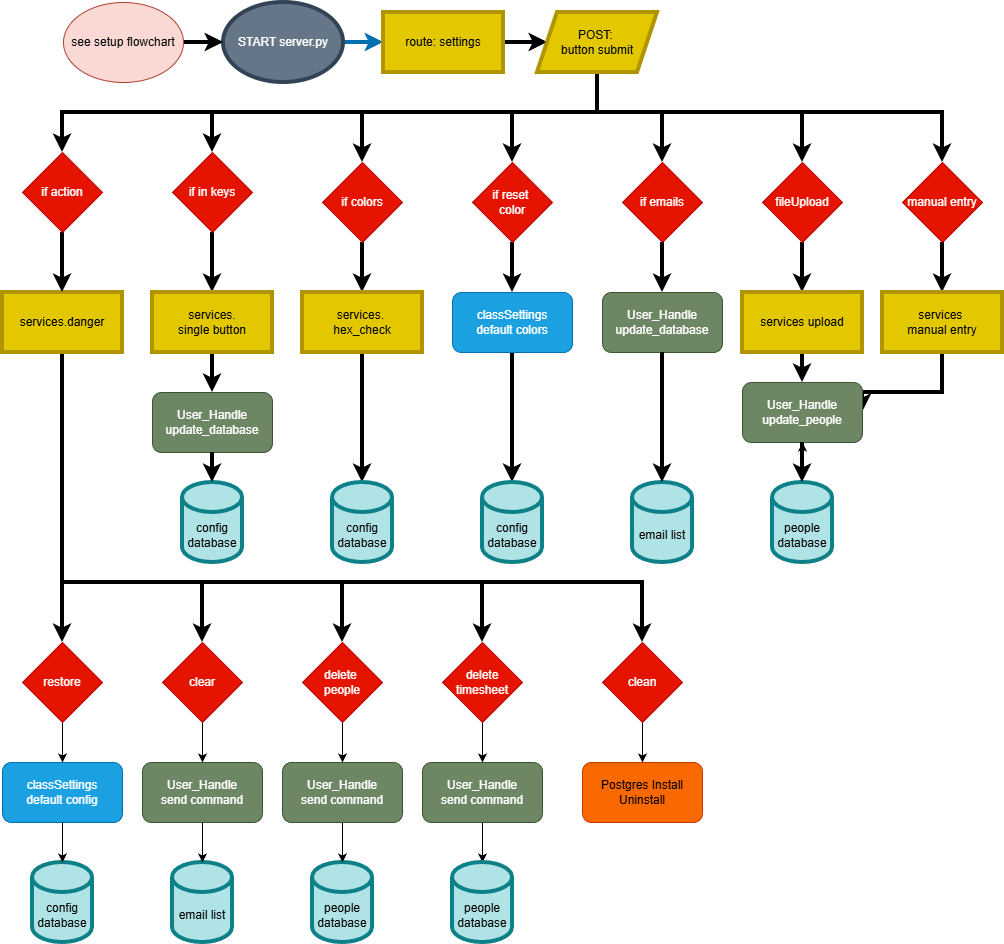
Before: planning/server_flowchart.drawio.png, a diagram exported from draw.io (whitedragonstudios/Scanner). Source tidied: cells renumbered, new cells last; positions are measured from the earlier drawing's top-left corner, leaving out a move shared by most shapes.
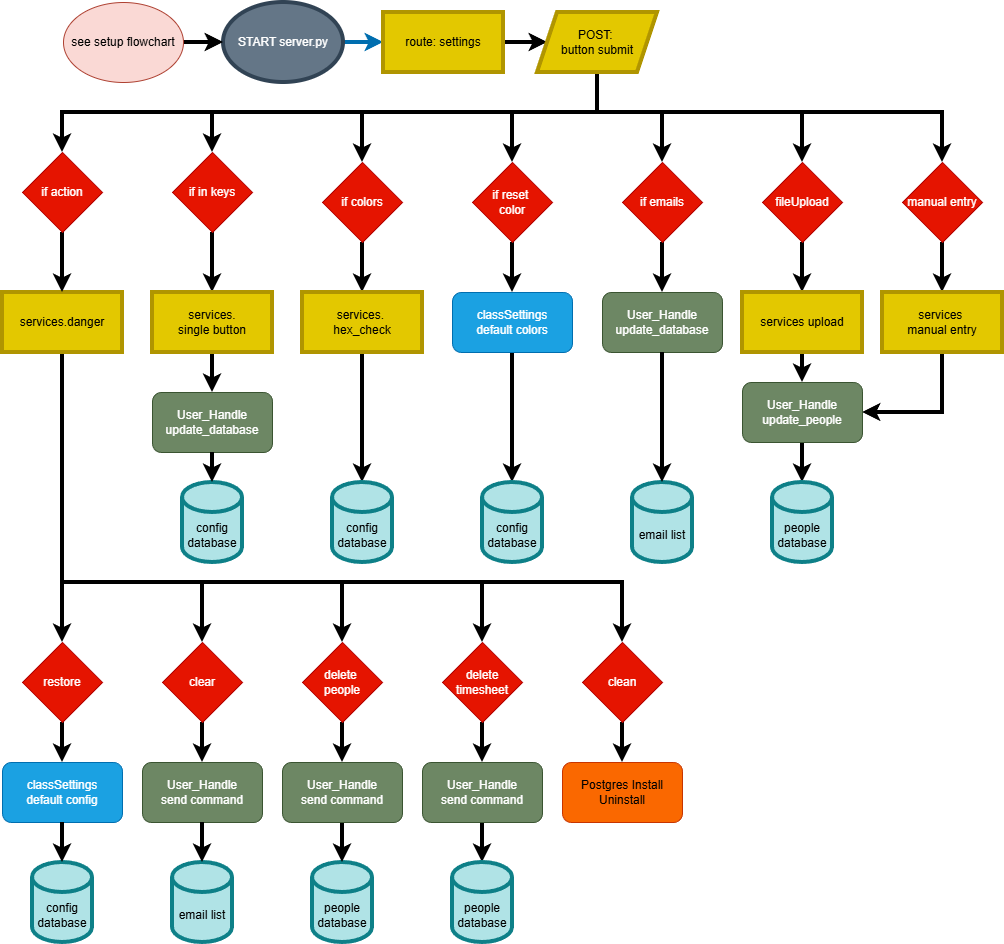
The same diagram one commit later.

Change to the diagram source:
```diff
@@ -106,11 +106,11 @@
         </Array>
       </mxGeometry>
     </mxCell>
-    <mxCell id="20" style="edgeStyle=orthogonalEdgeStyle;rounded=0;jettySize=auto;html=1;strokeWidth=4;" parent="1" edge="1" source="22" target="68">
+    <mxCell id="20" style="edgeStyle=orthogonalEdgeStyle;rounded=0;jettySize=auto;html=1;strokeWidth=4;entryX=0.5;entryY=0;entryDx=0;entryDy=0;" parent="1" edge="1" source="22" target="68">
       <mxGeometry relative="1" as="geometry">
         <Array as="points">
           <mxPoint x="60" y="580" />
-          <mxPoint x="640" y="580" />
+          <mxPoint x="620" y="580" />
         </Array>
       </mxGeometry>
     </mxCell>
@@ -203,7 +203,7 @@
     <mxCell id="48" style="edgeStyle=orthogonalEdgeStyle;rounded=0;jettySize=auto;html=1;entryX=1;entryY=0.5;entryDx=0;entryDy=0;strokeWidth=4;" parent="1" edge="1" source="49" target="53">
       <mxGeometry relative="1" as="geometry">
         <Array as="points">
-          <mxPoint x="940" y="390" />
+          <mxPoint x="940" y="410" />
         </Array>
       </mxGeometry>
     </mxCell>
@@ -219,55 +219,50 @@
     <mxCell id="52" style="edgeStyle=orthogonalEdgeStyle;rounded=0;jettySize=auto;html=1;entryX=0.5;entryY=0;entryDx=0;entryDy=0;entryPerimeter=0;strokeWidth=4;" parent="1" edge="1" source="50" target="51">
       <mxGeometry relative="1" as="geometry" />
     </mxCell>
+    <mxCell id="82" style="edgeStyle=orthogonalEdgeStyle;rounded=0;jettySize=auto;html=1;entryX=0.5;entryY=0;entryDx=0;entryDy=0;entryPerimeter=0;strokeWidth=4;" parent="1" edge="1" source="53" target="55">
+      <mxGeometry relative="1" as="geometry" />
+    </mxCell>
     <mxCell id="53" value="User_Handle&lt;div&gt;update_people&lt;/div&gt;" style="rounded=1;whiteSpace=wrap;html=1;fillColor=#6d8764;fontColor=#ffffff;strokeColor=#3A5431;" parent="1" vertex="1">
       <mxGeometry x="740" y="380" width="120" height="60" as="geometry" />
     </mxCell>
-    <mxCell id="54" style="edgeStyle=orthogonalEdgeStyle;rounded=0;jettySize=auto;html=1;" parent="1" edge="1" source="55" target="53">
-      <mxGeometry relative="1" as="geometry" />
-    </mxCell>
     <mxCell id="55" value="people database" style="shape=cylinder3;whiteSpace=wrap;html=1;boundedLbl=1;backgroundOutline=1;size=15;strokeWidth=4;fillColor=#b0e3e6;strokeColor=#0e8088;" parent="1" vertex="1">
       <mxGeometry x="770" y="480" width="60" height="80" as="geometry" />
     </mxCell>
-    <mxCell id="56" style="edgeStyle=orthogonalEdgeStyle;rounded=0;jettySize=auto;html=1;strokeWidth=4;" parent="1" edge="1" source="53">
-      <mxGeometry relative="1" as="geometry">
-        <mxPoint x="800" y="480" as="targetPoint" />
-      </mxGeometry>
-    </mxCell>
     <mxCell id="57" value="config database" style="shape=cylinder3;whiteSpace=wrap;html=1;boundedLbl=1;backgroundOutline=1;size=15;strokeWidth=4;fillColor=#b0e3e6;strokeColor=#0e8088;" parent="1" vertex="1">
       <mxGeometry x="480" y="480" width="60" height="80" as="geometry" />
     </mxCell>
     <mxCell id="58" value="config database" style="shape=cylinder3;whiteSpace=wrap;html=1;boundedLbl=1;backgroundOutline=1;size=15;strokeWidth=4;fillColor=#b0e3e6;strokeColor=#0e8088;" parent="1" vertex="1">
       <mxGeometry x="330" y="480" width="60" height="80" as="geometry" />
     </mxCell>
-    <mxCell id="59" style="edgeStyle=orthogonalEdgeStyle;rounded=0;jettySize=auto;html=1;entryX=0.5;entryY=0;entryDx=0;entryDy=0;" parent="1" edge="1" source="60" target="69">
+    <mxCell id="59" style="edgeStyle=orthogonalEdgeStyle;rounded=0;jettySize=auto;html=1;entryX=0.5;entryY=0;entryDx=0;entryDy=0;strokeWidth=4;" parent="1" edge="1" source="60" target="69">
       <mxGeometry relative="1" as="geometry" />
     </mxCell>
     <mxCell id="60" value="restore" style="rhombus;whiteSpace=wrap;html=1;fillColor=#e51400;fontColor=#ffffff;strokeColor=#B20000;" parent="1" vertex="1">
       <mxGeometry x="20" y="640" width="80" height="80" as="geometry" />
     </mxCell>
-    <mxCell id="61" style="edgeStyle=orthogonalEdgeStyle;rounded=0;jettySize=auto;html=1;exitX=0.5;exitY=1;exitDx=0;exitDy=0;entryX=0.5;entryY=0;entryDx=0;entryDy=0;" parent="1" edge="1" source="62" target="72">
+    <mxCell id="61" style="edgeStyle=orthogonalEdgeStyle;rounded=0;jettySize=auto;html=1;exitX=0.5;exitY=1;exitDx=0;exitDy=0;entryX=0.5;entryY=0;entryDx=0;entryDy=0;strokeWidth=4;" parent="1" edge="1" source="62" target="72">
       <mxGeometry relative="1" as="geometry" />
     </mxCell>
     <mxCell id="62" value="clear" style="rhombus;whiteSpace=wrap;html=1;fillColor=#e51400;fontColor=#ffffff;strokeColor=#B20000;" parent="1" vertex="1">
       <mxGeometry x="160" y="640" width="80" height="80" as="geometry" />
     </mxCell>
-    <mxCell id="63" style="edgeStyle=orthogonalEdgeStyle;rounded=0;jettySize=auto;html=1;" parent="1" edge="1" source="64" target="77">
+    <mxCell id="63" style="edgeStyle=orthogonalEdgeStyle;rounded=0;jettySize=auto;html=1;strokeWidth=4;" parent="1" edge="1" source="64" target="77">
       <mxGeometry relative="1" as="geometry" />
     </mxCell>
     <mxCell id="64" value="delete&amp;nbsp;&lt;div&gt;people&lt;/div&gt;" style="rhombus;whiteSpace=wrap;html=1;fillColor=#e51400;fontColor=#ffffff;strokeColor=#B20000;" parent="1" vertex="1">
       <mxGeometry x="300" y="640" width="80" height="80" as="geometry" />
     </mxCell>
-    <mxCell id="65" style="edgeStyle=orthogonalEdgeStyle;rounded=0;jettySize=auto;html=1;" parent="1" edge="1" source="66" target="79">
+    <mxCell id="65" style="edgeStyle=orthogonalEdgeStyle;rounded=0;jettySize=auto;html=1;strokeWidth=4;" parent="1" edge="1" source="66" target="79">
       <mxGeometry relative="1" as="geometry" />
     </mxCell>
     <mxCell id="66" value="delete timesheet" style="rhombus;whiteSpace=wrap;html=1;fillColor=#e51400;fontColor=#ffffff;strokeColor=#B20000;" parent="1" vertex="1">
       <mxGeometry x="440" y="640" width="80" height="80" as="geometry" />
     </mxCell>
-    <mxCell id="67" style="edgeStyle=orthogonalEdgeStyle;rounded=0;jettySize=auto;html=1;" parent="1" edge="1" source="68" target="81">
+    <mxCell id="67" style="edgeStyle=orthogonalEdgeStyle;rounded=0;jettySize=auto;html=1;strokeWidth=4;" parent="1" edge="1" source="68" target="81">
       <mxGeometry relative="1" as="geometry" />
     </mxCell>
     <mxCell id="68" value="clean" style="rhombus;whiteSpace=wrap;html=1;fillColor=#e51400;fontColor=#ffffff;strokeColor=#B20000;" parent="1" vertex="1">
-      <mxGeometry x="600" y="640" width="80" height="80" as="geometry" />
+      <mxGeometry x="580" y="640" width="80" height="80" as="geometry" />
     </mxCell>
     <mxCell id="69" value="classSettings&lt;div&gt;default config&lt;/div&gt;" style="rounded=1;whiteSpace=wrap;html=1;fillColor=#1ba1e2;fontColor=#ffffff;strokeColor=#006EAF;" parent="1" vertex="1">
       <mxGeometry y="760" width="120" height="60" as="geometry" />
@@ -275,7 +270,7 @@
     <mxCell id="70" value="config database" style="shape=cylinder3;whiteSpace=wrap;html=1;boundedLbl=1;backgroundOutline=1;size=15;strokeWidth=4;fillColor=#b0e3e6;strokeColor=#0e8088;" parent="1" vertex="1">
       <mxGeometry x="30" y="860" width="60" height="80" as="geometry" />
     </mxCell>
-    <mxCell id="71" style="edgeStyle=orthogonalEdgeStyle;rounded=0;jettySize=auto;html=1;entryX=0.5;entryY=0;entryDx=0;entryDy=0;entryPerimeter=0;" parent="1" edge="1" source="69" target="70">
+    <mxCell id="71" style="edgeStyle=orthogonalEdgeStyle;rounded=0;jettySize=auto;html=1;entryX=0.5;entryY=0;entryDx=0;entryDy=0;entryPerimeter=0;strokeWidth=4;" parent="1" edge="1" source="69" target="70">
       <mxGeometry relative="1" as="geometry" />
     </mxCell>
     <mxCell id="72" value="User_Handle&lt;div&gt;send command&lt;/div&gt;" style="rounded=1;whiteSpace=wrap;html=1;fillColor=#6d8764;fontColor=#ffffff;strokeColor=#3A5431;" parent="1" vertex="1">
@@ -284,19 +279,19 @@
     <mxCell id="73" value="email list" style="shape=cylinder3;whiteSpace=wrap;html=1;boundedLbl=1;backgroundOutline=1;size=15;strokeWidth=4;fillColor=#b0e3e6;strokeColor=#0e8088;" parent="1" vertex="1">
       <mxGeometry x="170" y="860" width="60" height="80" as="geometry" />
     </mxCell>
-    <mxCell id="74" style="edgeStyle=orthogonalEdgeStyle;rounded=0;jettySize=auto;html=1;entryX=0.5;entryY=0;entryDx=0;entryDy=0;entryPerimeter=0;" parent="1" edge="1" source="72" target="73">
+    <mxCell id="74" style="edgeStyle=orthogonalEdgeStyle;rounded=0;jettySize=auto;html=1;entryX=0.5;entryY=0;entryDx=0;entryDy=0;entryPerimeter=0;strokeWidth=4;" parent="1" edge="1" source="72" target="73">
       <mxGeometry relative="1" as="geometry" />
     </mxCell>
     <mxCell id="75" value="people database" style="shape=cylinder3;whiteSpace=wrap;html=1;boundedLbl=1;backgroundOutline=1;size=15;strokeWidth=4;fillColor=#b0e3e6;strokeColor=#0e8088;" parent="1" vertex="1">
       <mxGeometry x="310" y="860" width="60" height="80" as="geometry" />
     </mxCell>
-    <mxCell id="76" style="edgeStyle=orthogonalEdgeStyle;rounded=0;jettySize=auto;html=1;" parent="1" edge="1" source="77" target="75">
+    <mxCell id="76" style="edgeStyle=orthogonalEdgeStyle;rounded=0;jettySize=auto;html=1;strokeWidth=4;" parent="1" edge="1" source="77" target="75">
       <mxGeometry relative="1" as="geometry" />
     </mxCell>
     <mxCell id="77" value="User_Handle&lt;div&gt;send command&lt;/div&gt;" style="rounded=1;whiteSpace=wrap;html=1;fillColor=#6d8764;fontColor=#ffffff;strokeColor=#3A5431;" parent="1" vertex="1">
       <mxGeometry x="280" y="760" width="120" height="60" as="geometry" />
     </mxCell>
-    <mxCell id="78" style="edgeStyle=orthogonalEdgeStyle;rounded=0;jettySize=auto;html=1;" parent="1" edge="1" source="79" target="80">
+    <mxCell id="78" style="edgeStyle=orthogonalEdgeStyle;rounded=0;jettySize=auto;html=1;strokeWidth=4;" parent="1" edge="1" source="79" target="80">
       <mxGeometry relative="1" as="geometry" />
     </mxCell>
     <mxCell id="79" value="User_Handle&lt;div&gt;send command&lt;/div&gt;" style="rounded=1;whiteSpace=wrap;html=1;fillColor=#6d8764;fontColor=#ffffff;strokeColor=#3A5431;" parent="1" vertex="1">
@@ -306,7 +301,7 @@
       <mxGeometry x="450" y="860" width="60" height="80" as="geometry" />
     </mxCell>
     <mxCell id="81" value="Postgres Install Uninstall" style="rounded=1;whiteSpace=wrap;html=1;fillColor=#fa6800;fontColor=#000000;strokeColor=#C73500;" parent="1" vertex="1">
-      <mxGeometry x="580" y="760" width="120" height="60" as="geometry" />
+      <mxGeometry x="560" y="760" width="120" height="60" as="geometry" />
     </mxCell>
   </root>
 </mxGraphModel>
```
